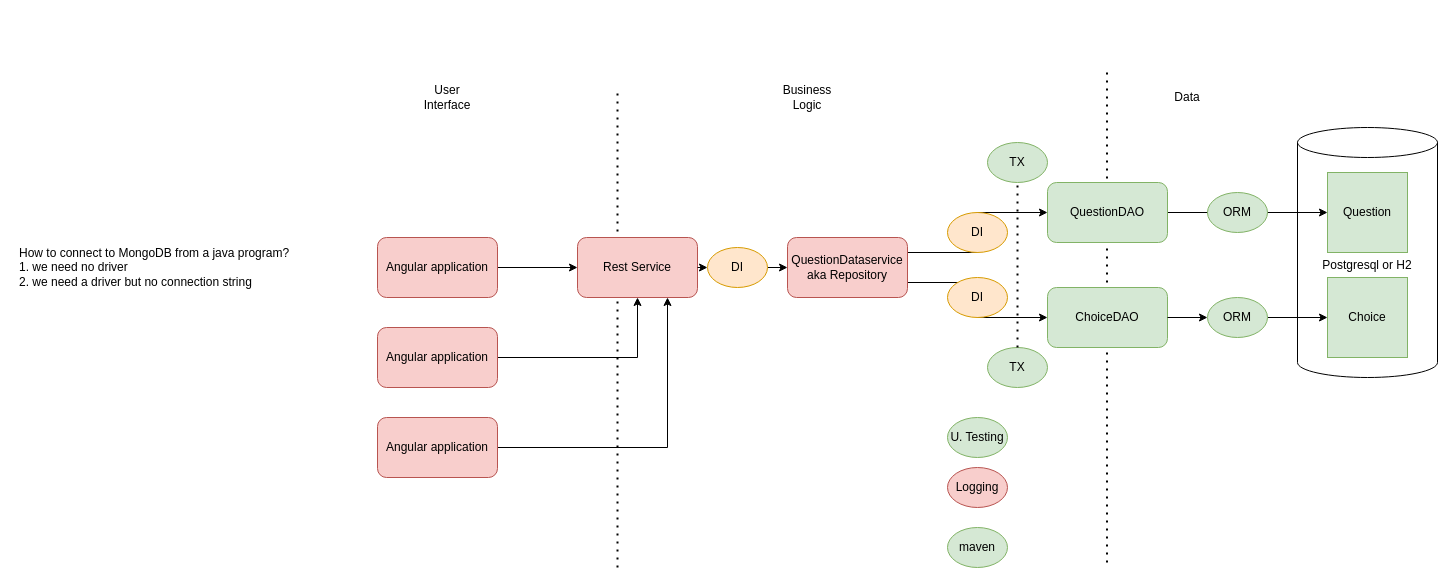
thomasbroussard/2021s1-adv-java keeps this draw.io diagram as page "roadmap" (1 of 4) of quiz-core-professor/repository.drawio. Above is the earlier version. Source tidied: cells renumbered, new cells numbered last; positions are measured from the earlier drawing's top-left corner, leaving out a move shared by most shapes. Both pictures are drawn from the tidied source at 100%, with x=0, y=0 at pixel (17, 72).
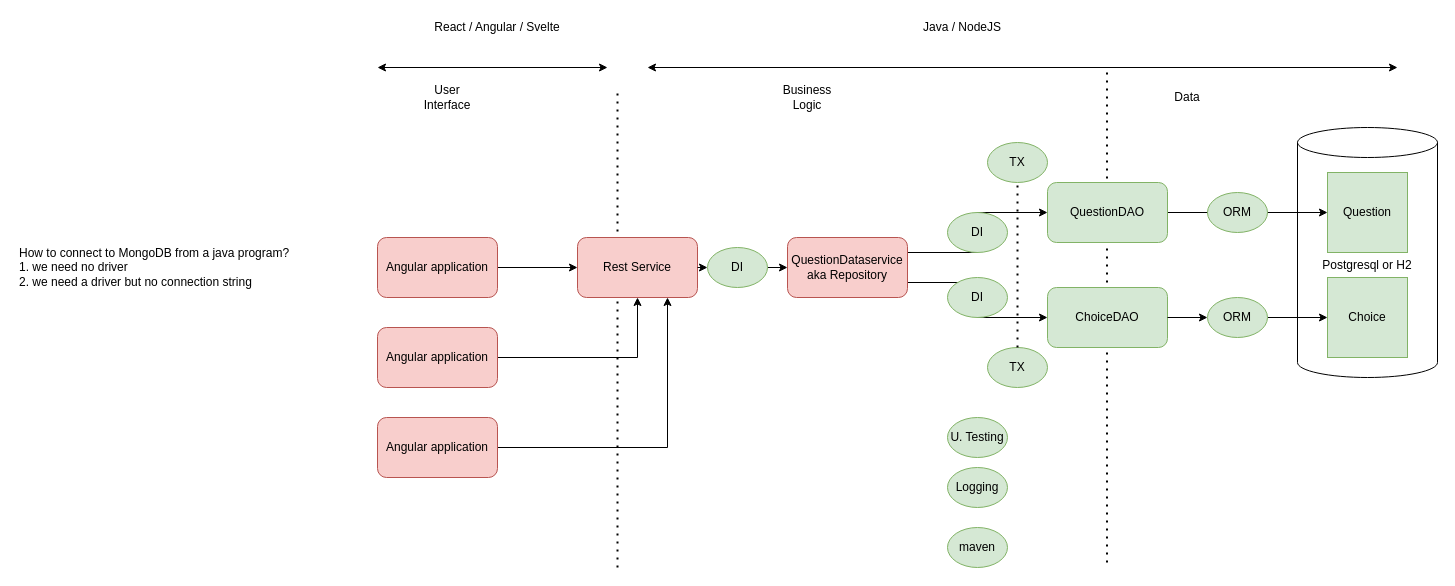
Above is the later version.

Change to the diagram source:
```diff
@@
-    <mxCell id="22" value="DI" style="ellipse;whiteSpace=wrap;html=1;align=center;fillColor=#ffe6cc;strokeColor=#d79b00;" parent="1" vertex="1">
+    <mxCell id="22" value="DI" style="ellipse;whiteSpace=wrap;html=1;align=center;fillColor=#d5e8d4;strokeColor=#82b366;" parent="1" vertex="1">
       <mxGeometry x="930" y="140" width="60" height="40" as="geometry" />
     </mxCell>
-    <mxCell id="23" value="DI" style="ellipse;whiteSpace=wrap;html=1;align=center;fillColor=#ffe6cc;strokeColor=#d79b00;" parent="1" vertex="1">
+    <mxCell id="23" value="DI" style="ellipse;whiteSpace=wrap;html=1;align=center;fillColor=#d5e8d4;strokeColor=#82b366;" parent="1" vertex="1">
       <mxGeometry x="930" y="205" width="60" height="40" as="geometry" />
     </mxCell>
-    <mxCell id="24" value="DI" style="ellipse;whiteSpace=wrap;html=1;align=center;fillColor=#ffe6cc;strokeColor=#d79b00;" parent="1" vertex="1">
+    <mxCell id="24" value="DI" style="ellipse;whiteSpace=wrap;html=1;align=center;fillColor=#d5e8d4;strokeColor=#82b366;" parent="1" vertex="1">
       <mxGeometry x="690" y="175" width="60" height="40" as="geometry" />
     </mxCell>
@@
-    <mxCell id="27" value="Logging" style="ellipse;whiteSpace=wrap;html=1;align=center;fillColor=#f8cecc;strokeColor=#b85450;" parent="1" vertex="1">
+    <mxCell id="27" value="Logging" style="ellipse;whiteSpace=wrap;html=1;align=center;fillColor=#d5e8d4;strokeColor=#82b366;" parent="1" vertex="1">
       <mxGeometry x="930" y="395" width="60" height="40" as="geometry" />
     </mxCell>
@@
+    <mxCell id="39" style="endArrow=classic;startArrow=classic;html=1;" parent="1" edge="1">
+      <mxGeometry relative="1" as="geometry">
+        <mxPoint x="630" y="-5" as="sourcePoint" />
+        <mxPoint x="1380" y="-5" as="targetPoint" />
+      </mxGeometry>
+    </mxCell>
+    <mxCell id="40" value="Java / NodeJS" style="text;html=1;strokeColor=none;fillColor=none;align=center;verticalAlign=middle;whiteSpace=wrap;rounded=0;" parent="1" vertex="1">
+      <mxGeometry x="890" y="-55" width="110" height="20" as="geometry" />
+    </mxCell>
+    <mxCell id="41" style="endArrow=classic;startArrow=classic;html=1;" parent="1" edge="1">
+      <mxGeometry relative="1" as="geometry">
+        <mxPoint x="360" y="-5" as="sourcePoint" />
+        <mxPoint x="590" y="-5" as="targetPoint" />
+      </mxGeometry>
+    </mxCell>
+    <mxCell id="42" value="React / Angular / Svelte" style="text;html=1;strokeColor=none;fillColor=none;align=center;verticalAlign=middle;whiteSpace=wrap;rounded=0;" parent="1" vertex="1">
+      <mxGeometry x="390" y="-55" width="180" height="20" as="geometry" />
+    </mxCell>
```
